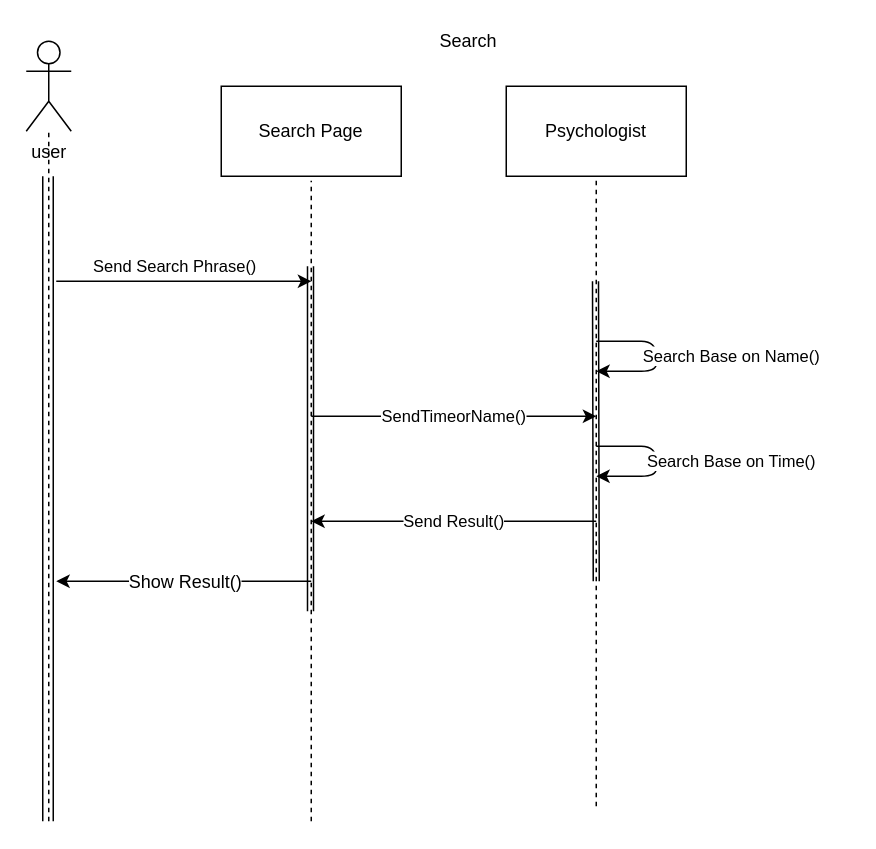
This is SearchSD.drawio from mohammadamir98/Sama_sw1, a draw.io file, before an edit. Source tidied: cells renumbered, new cells numbered last; positions are measured from the earlier drawing's top-left corner, leaving out a move shared by most shapes. Both pictures are drawn from the tidied source at 150%, with x=0, y=0 at pixel (26, 26).
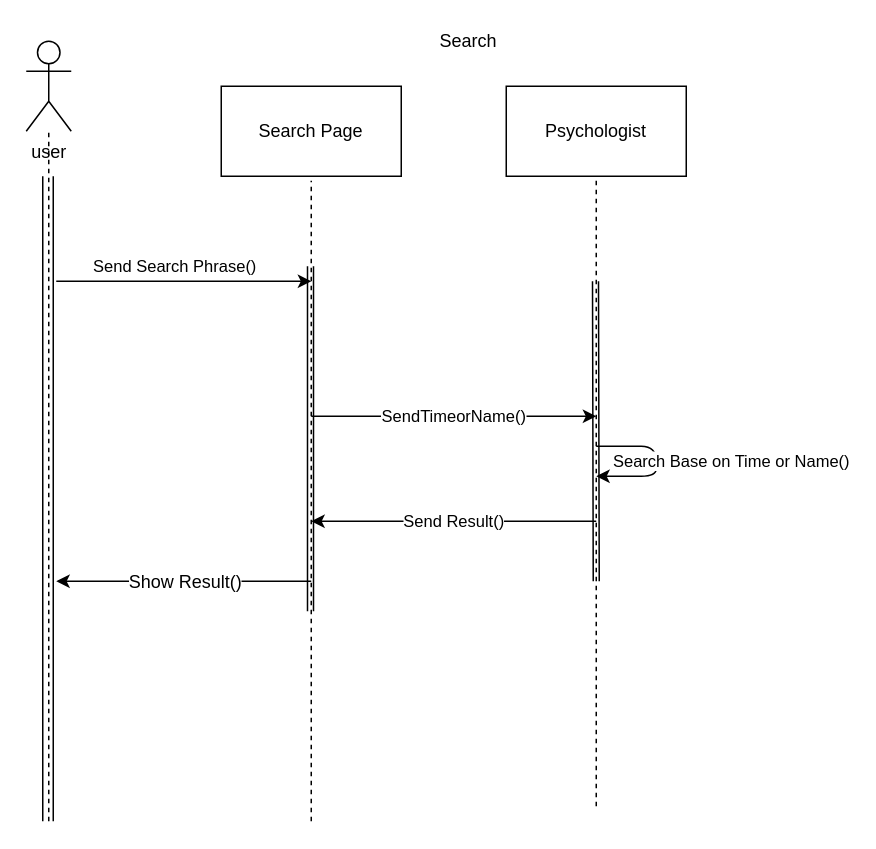
The same page after the edit.

Change to the diagram source:
```diff
@@
-    <mxCell id="15" value="Search Base on Name()" style="endArrow=classic;html=1;" parent="1" edge="1">
-      <mxGeometry x="0.2" y="-51" relative="1" as="geometry">
-        <mxPoint x="380" y="210" as="sourcePoint" />
-        <mxPoint x="380" y="230" as="targetPoint" />
-        <Array as="points">
-          <mxPoint x="420" y="210" />
-          <mxPoint x="420" y="230" />
-        </Array>
-        <mxPoint x="50" y="41" as="offset" />
-      </mxGeometry>
-    </mxCell>
@@
-    <mxCell id="17" value="Search Base on Time()" style="endArrow=classic;html=1;" parent="1" edge="1">
+    <mxCell id="17" value="&lt;div&gt;Search Base on Time or Name()&lt;/div&gt;" style="endArrow=classic;html=1;" parent="1" edge="1">
       <mxGeometry x="0.2" y="-51" relative="1" as="geometry">
         <mxPoint x="380" y="280" as="sourcePoint" />
         <mxPoint x="380" y="300" as="targetPoint" />
         <Array as="points">
           <mxPoint x="420" y="280" />
           <mxPoint x="420" y="300" />
         </Array>
         <mxPoint x="50" y="41" as="offset" />
       </mxGeometry>
     </mxCell>
```
